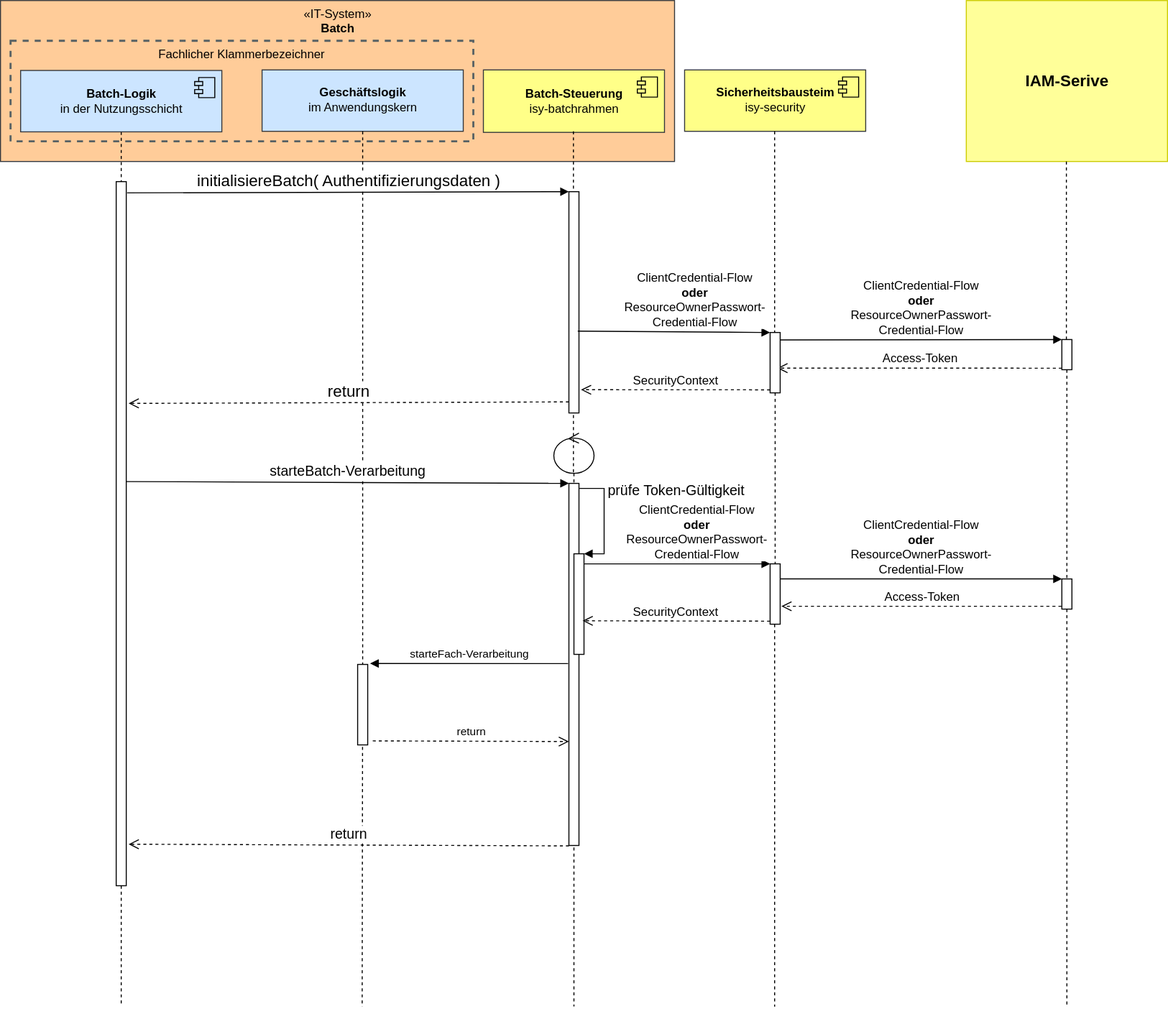
Before: docs/modules/ROOT/images/konzept/Sequenzdiagramm_AbsicherungBatch.dn.svg, a diagram exported from draw.io (IsyFact/isy-security). Source tidied: cells renumbered, new cells last; positions are measured from the earlier drawing's top-left corner, leaving out a move shared by most shapes.
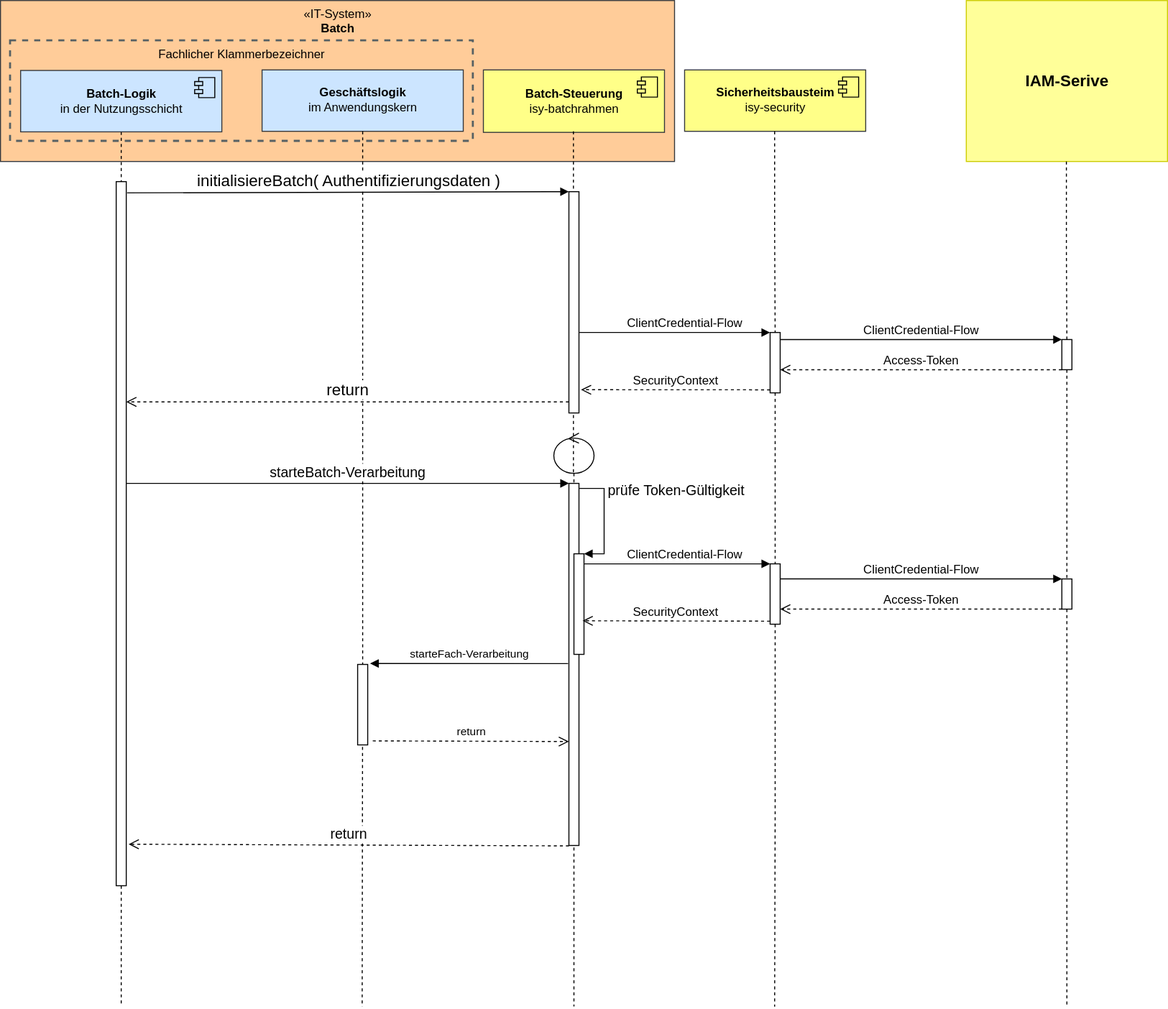
After the change.

Commit message:
docs: IFS-4858 remove ROPC Flow from documentation

Change to the diagram source:
```diff
@@ -93,7 +93,7 @@
     <mxCell id="22" value="initialisiereBatch( Authentifizierungsdaten )" style="html=1;verticalAlign=bottom;endArrow=block;entryX=0;entryY=0;rounded=0;fontSize=16;exitX=1.08;exitY=0.016;exitDx=0;exitDy=0;exitPerimeter=0;" parent="1" edge="1" source="21" target="25">
       <mxGeometry relative="1" as="geometry" />
     </mxCell>
-    <mxCell id="23" value="return" style="html=1;verticalAlign=bottom;endArrow=open;dashed=1;endSize=8;exitX=0;exitY=0.95;rounded=0;fontSize=16;entryX=1.24;entryY=0.315;entryDx=0;entryDy=0;entryPerimeter=0;" parent="1" edge="1" source="25" target="21">
+    <mxCell id="23" value="return" style="html=1;verticalAlign=bottom;endArrow=open;dashed=1;endSize=8;exitX=0;exitY=0.95;rounded=0;fontSize=16;" parent="1" edge="1" source="25" target="21">
       <mxGeometry relative="1" as="geometry" />
     </mxCell>
     <mxCell id="24" style="edgeStyle=orthogonalEdgeStyle;rounded=0;jettySize=auto;html=1;endArrow=none;endFill=0;dashed=1;" parent="1" edge="1" target="2">
@@ -104,17 +104,23 @@
     <mxCell id="25" style="html=1;points=[];perimeter=orthogonalPerimeter;fontSize=16;" parent="1" vertex="1">
       <mxGeometry x="565" y="190" width="10" height="220" as="geometry" />
     </mxCell>
-    <mxCell id="26" value="ClientCredential-Flow&lt;br&gt;&lt;b&gt;oder&lt;/b&gt;&lt;br&gt;ResourceOwnerPasswort-&lt;br style=&quot;border-color: var(--border-color);&quot;&gt;Credential-Flow" style="html=1;verticalAlign=bottom;endArrow=block;entryX=0;entryY=0;rounded=0;fontSize=12;exitX=0.88;exitY=0.63;exitDx=0;exitDy=0;exitPerimeter=0;" parent="1" edge="1" source="25" target="31">
-      <mxGeometry x="0.21" relative="1" as="geometry" />
+    <mxCell id="26" value="ClientCredential-Flow" style="html=1;verticalAlign=bottom;endArrow=block;rounded=0;fontSize=12;" parent="1" edge="1" source="25" target="31">
+      <mxGeometry x="0.11" relative="1" as="geometry" />
     </mxCell>
     <mxCell id="27" value="SecurityContext" style="html=1;verticalAlign=bottom;endArrow=open;dashed=1;endSize=8;exitX=0;exitY=0.95;rounded=0;fontSize=12;entryX=1.2;entryY=0.895;entryDx=0;entryDy=0;entryPerimeter=0;" parent="1" edge="1" source="31" target="25">
       <mxGeometry relative="1" as="geometry" />
     </mxCell>
-    <mxCell id="28" value="ClientCredential-Flow&lt;br&gt;&lt;b&gt;oder&lt;/b&gt;&lt;br&gt;ResourceOwnerPasswort-&lt;br style=&quot;border-color: var(--border-color);&quot;&gt;Credential-Flow" style="html=1;verticalAlign=bottom;endArrow=block;entryX=0;entryY=0;rounded=0;fontSize=12;exitX=1.04;exitY=0.123;exitDx=0;exitDy=0;exitPerimeter=0;" parent="1" edge="1" source="31" target="33">
-      <mxGeometry relative="1" as="geometry" />
+    <mxCell id="28" value="ClientCredential-Flow" style="html=1;verticalAlign=bottom;endArrow=block;rounded=0;fontSize=12;" parent="1" edge="1">
+      <mxGeometry relative="1" as="geometry">
+        <mxPoint x="775" y="337" as="sourcePoint" />
+        <mxPoint x="1055" y="337" as="targetPoint" />
+      </mxGeometry>
     </mxCell>
-    <mxCell id="29" value="Access-Token" style="html=1;verticalAlign=bottom;endArrow=open;dashed=1;endSize=8;exitX=0;exitY=0.95;rounded=0;fontSize=12;entryX=0.72;entryY=0.59;entryDx=0;entryDy=0;entryPerimeter=0;" parent="1" edge="1" source="33" target="31">
-      <mxGeometry relative="1" as="geometry" />
+    <mxCell id="29" value="Access-Token" style="html=1;verticalAlign=bottom;endArrow=open;dashed=1;endSize=8;rounded=0;fontSize=12;" parent="1" edge="1">
+      <mxGeometry relative="1" as="geometry">
+        <mxPoint x="1055" y="367" as="sourcePoint" />
+        <mxPoint x="775" y="367" as="targetPoint" />
+      </mxGeometry>
     </mxCell>
     <mxCell id="30" style="edgeStyle=orthogonalEdgeStyle;rounded=0;jettySize=auto;html=1;endArrow=none;endFill=0;dashed=1;" parent="1" edge="1" target="31">
       <mxGeometry relative="1" as="geometry">
@@ -132,25 +138,31 @@
     <mxCell id="33" style="html=1;points=[];perimeter=orthogonalPerimeter;labelBorderColor=none;fontSize=12;" parent="1" vertex="1">
       <mxGeometry x="1055" y="337" width="10" height="30" as="geometry" />
     </mxCell>
-    <mxCell id="34" value="starteBatch-Verarbeitung" style="html=1;verticalAlign=bottom;endArrow=block;entryX=0;entryY=0;rounded=0;fontSize=14;exitX=1;exitY=0.426;exitDx=0;exitDy=0;exitPerimeter=0;" parent="1" edge="1" source="21" target="3">
+    <mxCell id="34" value="starteBatch-Verarbeitung" style="html=1;verticalAlign=bottom;endArrow=block;entryX=0;entryY=0;rounded=0;fontSize=14;" parent="1" edge="1" source="21" target="3">
       <mxGeometry relative="1" as="geometry" />
     </mxCell>
     <mxCell id="35" value="return" style="html=1;verticalAlign=bottom;endArrow=open;dashed=1;endSize=8;exitX=0.375;exitY=0.72;rounded=0;fontSize=14;entryX=1.24;entryY=0.941;entryDx=0;entryDy=0;entryPerimeter=0;exitDx=0;exitDy=0;exitPerimeter=0;" parent="1" edge="1" source="2" target="21">
       <mxGeometry relative="1" as="geometry" />
     </mxCell>
-    <mxCell id="36" value="ClientCredential-Flow&lt;br&gt;&lt;b&gt;oder&lt;/b&gt;&lt;br&gt;ResourceOwnerPasswort-&lt;br style=&quot;border-color: var(--border-color);&quot;&gt;Credential-Flow" style="html=1;verticalAlign=bottom;endArrow=block;entryX=0;entryY=0;rounded=0;fontSize=12;" parent="1" edge="1" target="43">
-      <mxGeometry x="0.21" relative="1" as="geometry">
+    <mxCell id="36" value="ClientCredential-Flow" style="html=1;verticalAlign=bottom;endArrow=block;entryX=0;entryY=0;rounded=0;fontSize=12;" parent="1" edge="1" target="43">
+      <mxGeometry x="0.08" relative="1" as="geometry">
         <mxPoint x="580" y="560" as="sourcePoint" />
       </mxGeometry>
     </mxCell>
     <mxCell id="37" value="SecurityContext" style="html=1;verticalAlign=bottom;endArrow=open;dashed=1;endSize=8;exitX=0;exitY=0.95;rounded=0;fontSize=12;entryX=0.86;entryY=0.666;entryDx=0;entryDy=0;entryPerimeter=0;" parent="1" edge="1" source="43" target="4">
       <mxGeometry relative="1" as="geometry" />
     </mxCell>
-    <mxCell id="38" value="ClientCredential-Flow&lt;br style=&quot;border-color: var(--border-color);&quot;&gt;&lt;b&gt;oder&lt;/b&gt;&lt;br&gt;ResourceOwnerPasswort-&lt;br style=&quot;border-color: var(--border-color);&quot;&gt;Credential-Flow" style="html=1;verticalAlign=bottom;endArrow=block;entryX=0;entryY=0;rounded=0;fontSize=12;exitX=1.04;exitY=0.25;exitDx=0;exitDy=0;exitPerimeter=0;" parent="1" edge="1" source="43" target="41">
-      <mxGeometry relative="1" as="geometry" />
+    <mxCell id="38" value="ClientCredential-Flow" style="html=1;verticalAlign=bottom;endArrow=block;rounded=0;fontSize=12;" parent="1" edge="1">
+      <mxGeometry relative="1" as="geometry">
+        <mxPoint x="775" y="575" as="sourcePoint" />
+        <mxPoint x="1055" y="575" as="targetPoint" />
+      </mxGeometry>
     </mxCell>
-    <mxCell id="39" value="Access-Token" style="html=1;verticalAlign=bottom;endArrow=open;dashed=1;endSize=8;exitX=-0.04;exitY=0.907;rounded=0;fontSize=12;entryX=1.12;entryY=0.703;entryDx=0;entryDy=0;entryPerimeter=0;exitDx=0;exitDy=0;exitPerimeter=0;" parent="1" edge="1" source="41" target="43">
-      <mxGeometry relative="1" as="geometry" />
+    <mxCell id="39" value="Access-Token" style="html=1;verticalAlign=bottom;endArrow=open;dashed=1;endSize=8;rounded=0;fontSize=12;" parent="1" edge="1">
+      <mxGeometry relative="1" as="geometry">
+        <mxPoint x="1055" y="605" as="sourcePoint" />
+        <mxPoint x="775" y="605" as="targetPoint" />
+      </mxGeometry>
     </mxCell>
     <mxCell id="40" style="edgeStyle=orthogonalEdgeStyle;rounded=0;jettySize=auto;html=1;endArrow=none;endFill=0;dashed=1;startArrow=none;" parent="1" edge="1" source="33" target="41">
       <mxGeometry relative="1" as="geometry" />
```
